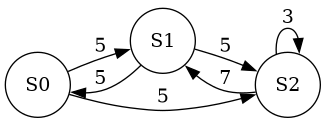
The Graphviz diagram Markov.gv.png in Leo2999/mpar-projet, before a commit. Its source is kept beside it as Markov.gv. The source it was exported from:
```dot
digraph Markov {
	rankdir=LR size="8,5"
	node [shape=circle]
	S0
	S1
	S2
	S0 -> S1 [label=5]
	S0 -> S2 [label=5]
	S1 -> S0 [label=5]
	S1 -> S2 [label=5]
	S2 -> S2 [label=3]
	S2 -> S1 [label=7]
}
```
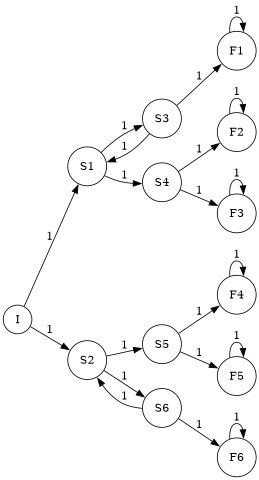
Above is the later version.

Diff of the diagram source:
```diff
@@ -1,13 +1,37 @@
 digraph Markov {
 	rankdir=LR size="8,5"
 	node [shape=circle]
-	S0
+	I
 	S1
 	S2
-	S0 -> S1 [label=5]
-	S0 -> S2 [label=5]
-	S1 -> S0 [label=5]
-	S1 -> S2 [label=5]
-	S2 -> S2 [label=3]
-	S2 -> S1 [label=7]
+	S3
+	S4
+	S5
+	S6
+	F1
+	F2
+	F3
+	F4
+	F5
+	F6
+	I -> S1 [label=1]
+	I -> S2 [label=1]
+	S1 -> S3 [label=1]
+	S1 -> S4 [label=1]
+	S3 -> S1 [label=1]
+	S3 -> F1 [label=1]
+	S4 -> F2 [label=1]
+	S4 -> F3 [label=1]
+	S2 -> S5 [label=1]
+	S2 -> S6 [label=1]
+	S6 -> F6 [label=1]
+	S6 -> S2 [label=1]
+	S5 -> F4 [label=1]
+	S5 -> F5 [label=1]
+	F1 -> F1 [label=1]
+	F2 -> F2 [label=1]
+	F3 -> F3 [label=1]
+	F4 -> F4 [label=1]
+	F5 -> F5 [label=1]
+	F6 -> F6 [label=1]
 }
```
